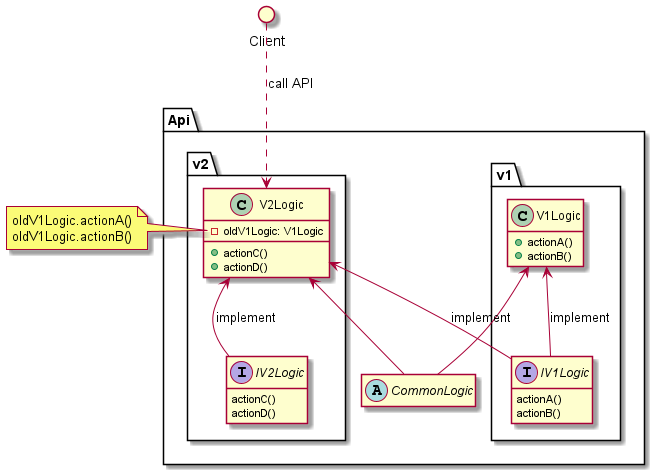
The PlantUML diagram out/justifications/ApiVersioning/ApiVersioning.png in huntertran/concordia-thesis-topic, before a commit.
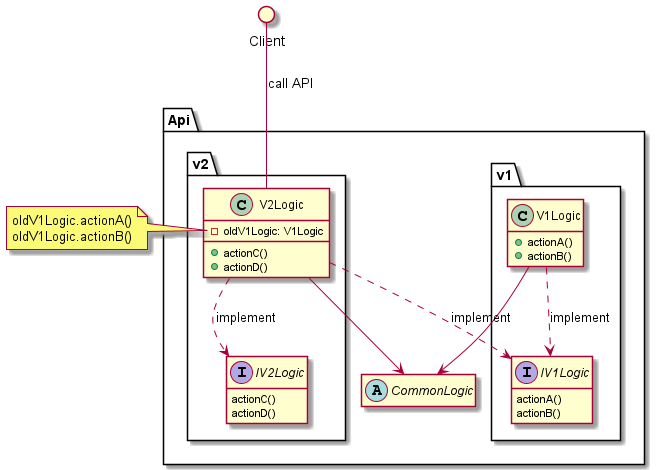
The same diagram one commit later.

Commit message:
fix API versioning diagrams update part A survey preview link

The edit, as a diff of the source:
```diff
@@ -1,4 +1,5 @@
 @startuml ApiVersioning
+
 
 hide empty members
 
@@ -31,13 +32,13 @@
     }
 }
 
-V1Logic <-- CommonLogic
-V1Logic <-- IV1Logic : implement
-V2Logic <-- CommonLogic
-V2Logic <-- IV2Logic : implement
-V2Logic <-- IV1Logic : implement
+V1Logic --> CommonLogic
+V1Logic ..> IV1Logic : implement
+V2Logic --> CommonLogic
+V2Logic ..> IV2Logic : implement
+V2Logic ..> IV1Logic : implement
 
-Client ..> V2Logic : call API
+Client -- V2Logic : call API
 note left of V2Logic::oldV1Logic
     oldV1Logic.actionA()
     oldV1Logic.actionB()
```
